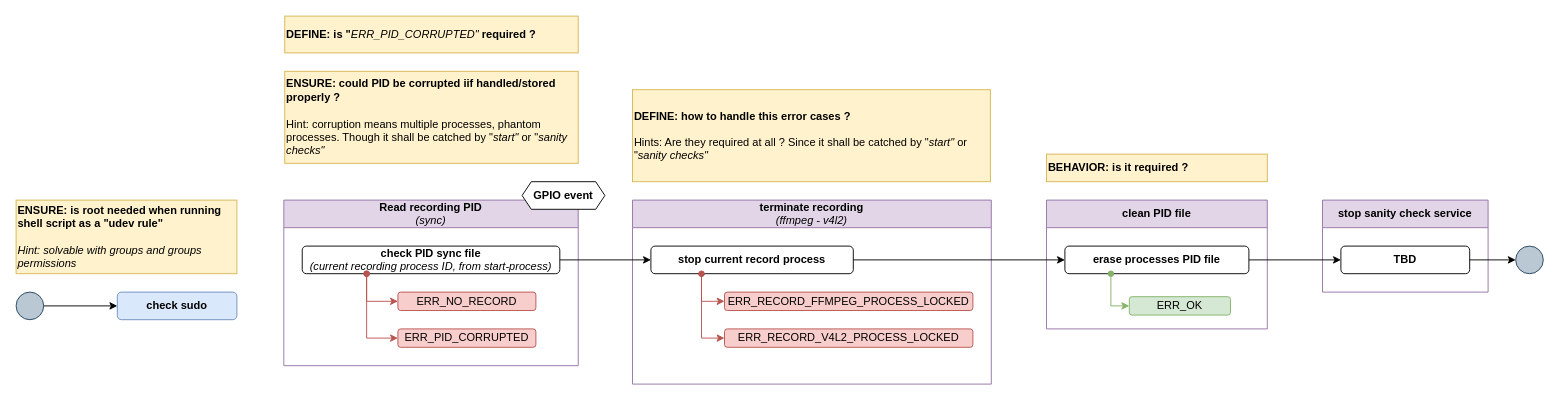
repeact/embedded-sw keeps this draw.io diagram as page "stop-record" (6 of 8) of docs/arch/arch.drawio. Above is the earlier version. Source tidied: cells renumbered, new cells numbered last; positions are measured from the earlier drawing's top-left corner, leaving out a move shared by most shapes. Both pictures are drawn from the tidied source at 92%, with x=0, y=0 at pixel (16, 16).
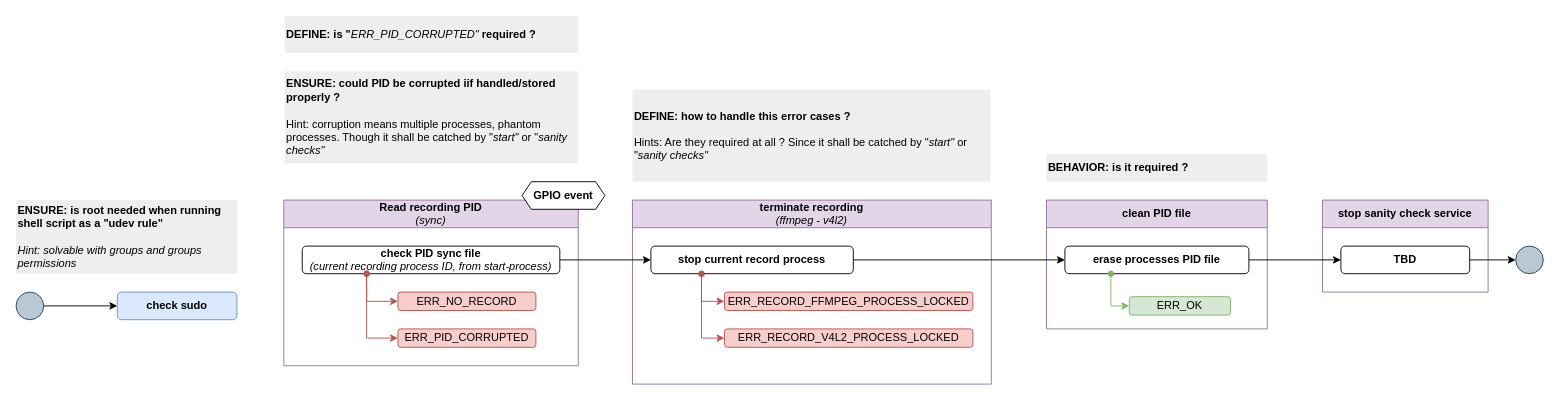
Above is the later version.

Change to the diagram source:
```diff
@@
-    <mxCell id="22" value="ENSURE: is root needed when running shell script as a &quot;udev rule&quot;&lt;div style=&quot;&quot;&gt;&lt;br&gt;&lt;/div&gt;&lt;div style=&quot;&quot;&gt;&lt;span style=&quot;font-weight: normal;&quot;&gt;&lt;i&gt;Hint: solvable with groups and groups permissions&lt;/i&gt;&lt;/span&gt;&lt;/div&gt;" style="rounded=0;whiteSpace=wrap;html=1;fillColor=#fff2cc;strokeColor=#d6b656;fontStyle=1;align=left;" parent="1" vertex="1">
+    <mxCell id="22" value="ENSURE: is root needed when running shell script as a &quot;udev rule&quot;&lt;div style=&quot;&quot;&gt;&lt;br&gt;&lt;/div&gt;&lt;div style=&quot;&quot;&gt;&lt;span style=&quot;font-weight: normal;&quot;&gt;&lt;i&gt;Hint: solvable with groups and groups permissions&lt;/i&gt;&lt;/span&gt;&lt;/div&gt;" style="rounded=0;whiteSpace=wrap;html=1;fillColor=#eeeeee;strokeColor=none;fontStyle=1;align=left;dashed=1;dashPattern=1 1;" parent="1" vertex="1">
       <mxGeometry y="200" width="240" height="80" as="geometry" />
     </mxCell>
@@
-    <mxCell id="24" value="DEFINE: is &quot;&lt;span style=&quot;text-align: center;&quot;&gt;&lt;span style=&quot;font-style: italic; font-weight: 400;&quot;&gt;ERR_PID_CORRUPTED&quot;&lt;/span&gt; required ?&lt;/span&gt;" style="rounded=0;whiteSpace=wrap;html=1;fillColor=#fff2cc;strokeColor=#d6b656;fontStyle=1;align=left;" parent="1" vertex="1">
+    <mxCell id="24" value="DEFINE: is &quot;&lt;span style=&quot;text-align: center;&quot;&gt;&lt;span style=&quot;font-style: italic; font-weight: 400;&quot;&gt;ERR_PID_CORRUPTED&quot;&lt;/span&gt; required ?&lt;/span&gt;" style="rounded=0;whiteSpace=wrap;html=1;fillColor=#eeeeee;strokeColor=none;fontStyle=1;align=left;dashed=1;dashPattern=1 1;" parent="1" vertex="1">
       <mxGeometry x="292" width="319" height="40" as="geometry" />
     </mxCell>
-    <mxCell id="25" value="ENSURE: could PID be corrupted iif handled/stored properly ?&amp;nbsp;&lt;br&gt;&lt;br&gt;&lt;span style=&quot;font-weight: normal;&quot;&gt;Hint: corruption means multiple processes, phantom processes. Though it shall be catched by &quot;&lt;i&gt;start&quot;&amp;nbsp;&lt;/i&gt;or &quot;&lt;i&gt;sanity checks&quot;&lt;/i&gt;&lt;/span&gt;" style="rounded=0;whiteSpace=wrap;html=1;fillColor=#fff2cc;strokeColor=#d6b656;fontStyle=1;align=left;" parent="1" vertex="1">
+    <mxCell id="25" value="ENSURE: could PID be corrupted iif handled/stored properly ?&amp;nbsp;&lt;br&gt;&lt;br&gt;&lt;span style=&quot;font-weight: normal;&quot;&gt;Hint: corruption means multiple processes, phantom processes. Though it shall be catched by &quot;&lt;i&gt;start&quot;&amp;nbsp;&lt;/i&gt;or &quot;&lt;i&gt;sanity checks&quot;&lt;/i&gt;&lt;/span&gt;" style="rounded=0;whiteSpace=wrap;html=1;fillColor=#eeeeee;strokeColor=none;fontStyle=1;align=left;dashed=1;dashPattern=1 1;" parent="1" vertex="1">
       <mxGeometry x="292" y="60" width="319" height="100" as="geometry" />
     </mxCell>
-    <mxCell id="26" value="DEFINE: how to handle this error cases ?&lt;br&gt;&lt;br&gt;&lt;span style=&quot;font-weight: 400;&quot;&gt;Hints: Are they required at all ?&amp;nbsp;&lt;/span&gt;&lt;span style=&quot;font-weight: normal;&quot;&gt;Since it shall be catched by &quot;&lt;i&gt;start&quot;&amp;nbsp;&lt;/i&gt;or &quot;&lt;i&gt;sanity checks&quot;&lt;/i&gt;&lt;/span&gt;" style="rounded=0;whiteSpace=wrap;html=1;fillColor=#fff2cc;strokeColor=#d6b656;fontStyle=1;align=left;" parent="1" vertex="1">
+    <mxCell id="26" value="DEFINE: how to handle this error cases ?&lt;br&gt;&lt;br&gt;&lt;span style=&quot;font-weight: 400;&quot;&gt;Hints: Are they required at all ?&amp;nbsp;&lt;/span&gt;&lt;span style=&quot;font-weight: normal;&quot;&gt;Since it shall be catched by &quot;&lt;i&gt;start&quot;&amp;nbsp;&lt;/i&gt;or &quot;&lt;i&gt;sanity checks&quot;&lt;/i&gt;&lt;/span&gt;" style="rounded=0;whiteSpace=wrap;html=1;fillColor=#eeeeee;strokeColor=none;fontStyle=1;align=left;dashed=1;dashPattern=1 1;" parent="1" vertex="1">
       <mxGeometry x="670" y="80" width="389" height="100" as="geometry" />
     </mxCell>
-    <mxCell id="27" value="BEHAVIOR: is it required ?" style="rounded=0;whiteSpace=wrap;html=1;fillColor=#fff2cc;strokeColor=#d6b656;fontStyle=1;align=left;" parent="1" vertex="1">
+    <mxCell id="27" value="BEHAVIOR: is it required ?" style="rounded=0;whiteSpace=wrap;html=1;fillColor=#eeeeee;strokeColor=none;fontStyle=1;align=left;dashed=1;dashPattern=1 1;" parent="1" vertex="1">
       <mxGeometry x="1120" y="150" width="240" height="30" as="geometry" />
     </mxCell>
```
